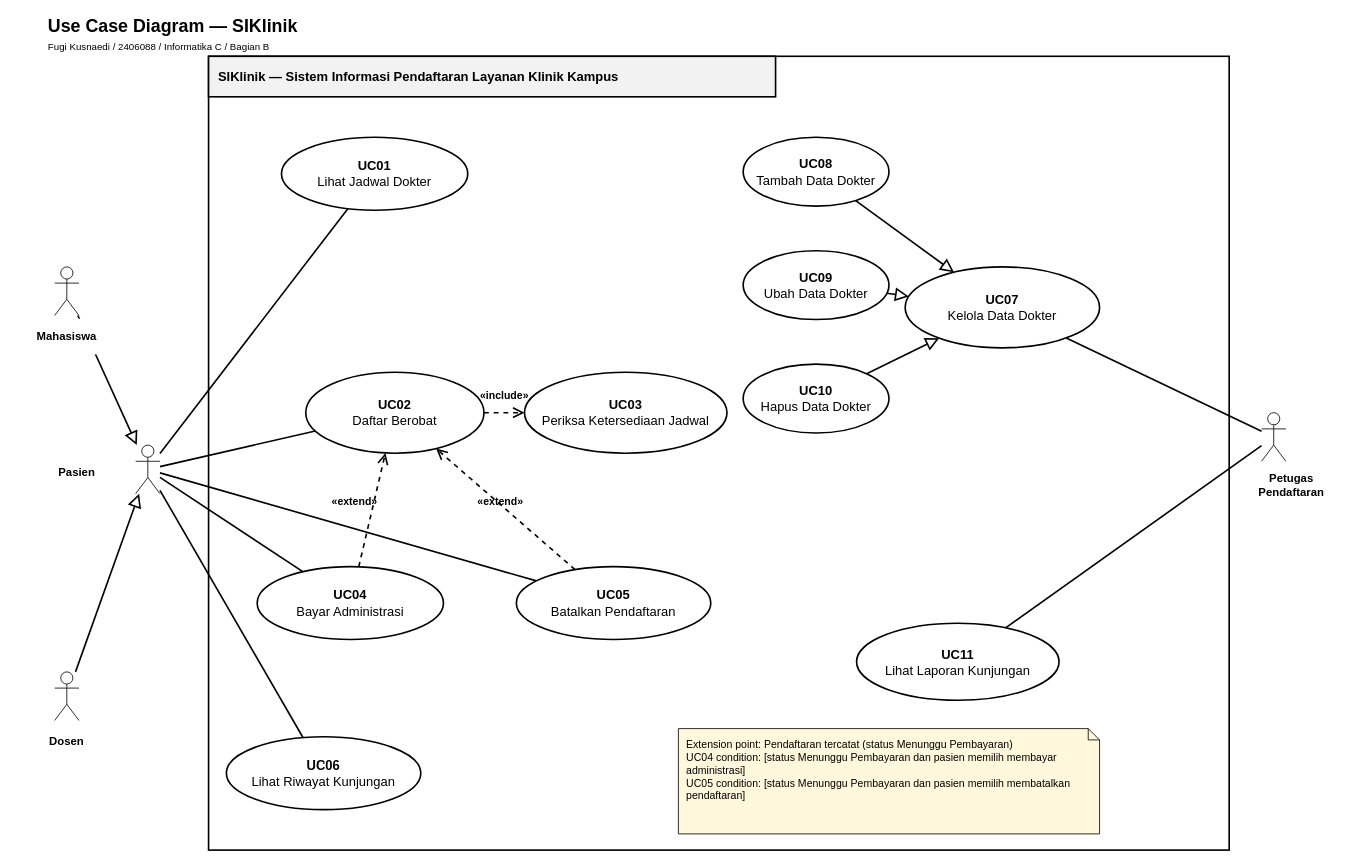
igufdev-bijak/UTS-Prak.ABDO-2406088-Informatika-C keeps this draw.io diagram as 01_usecase/UTS_2406088_B_usecase_v01.drawio. Above is the earlier version. Source tidied: cells renumbered, new cells numbered last; positions are measured from the earlier drawing's top-left corner, leaving out a move shared by most shapes. Both pictures are drawn from the tidied source at 81%, with x=0, y=0 at pixel (14, 14).
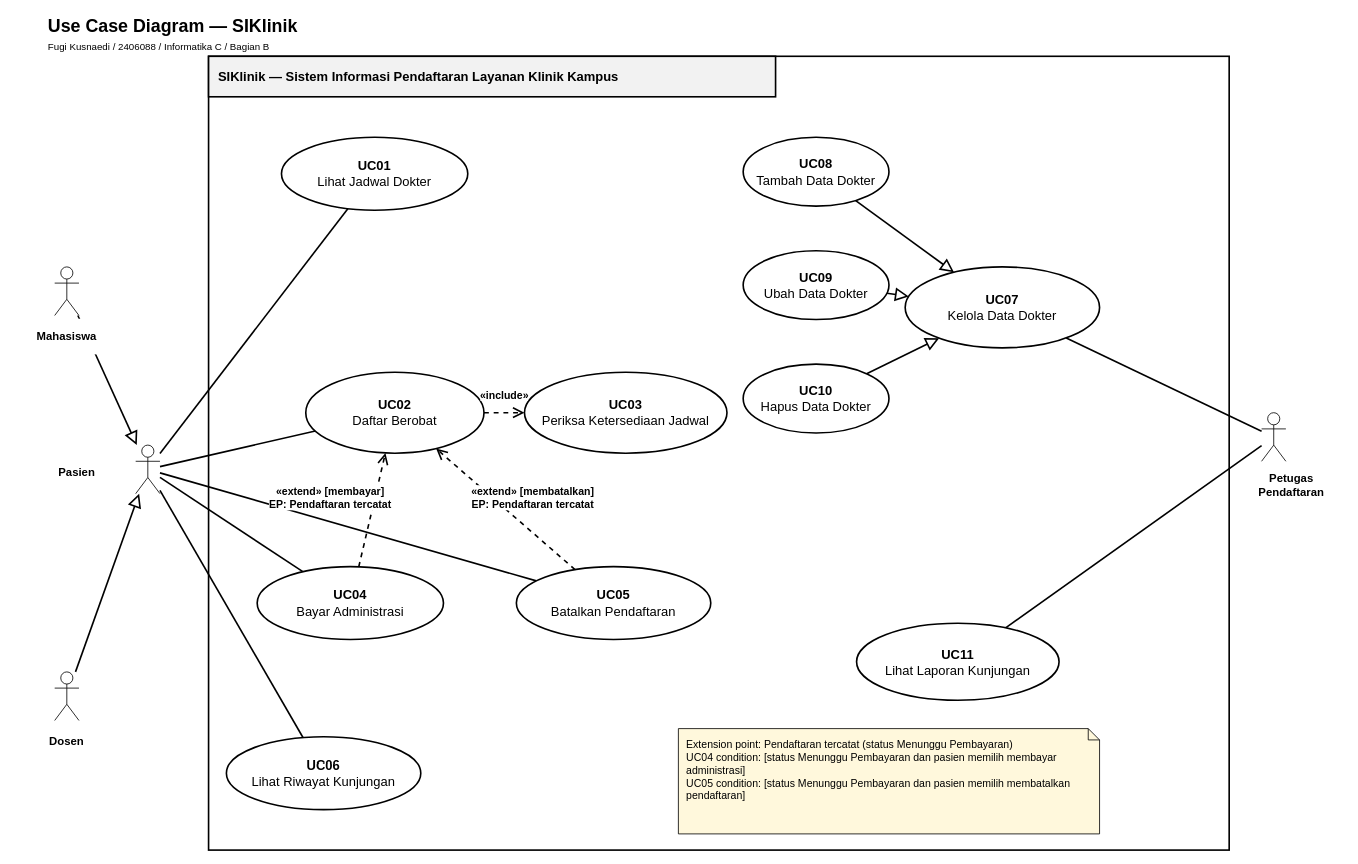
The same page after the edit.

Commit message (it also covers changes not shown here):
Rapikan callout extend, merge activity, dan checklist README

Change to the diagram source:
```diff
@@
-    <mxCell id="39" value="«include»" style="text;html=1;align=center;verticalAlign=middle;fontSize=13;fontStyle=1;strokeColor=none;fillColor=none;fontColor=#000000;" parent="1" vertex="1">
-      <mxGeometry x="550" y="458" width="110" height="24" as="geometry" />
+    <mxCell id="39" value="«include»" style="text;html=1;align=center;verticalAlign=middle;fontSize=13;fontStyle=1;strokeColor=none;fillColor=none;fontColor=#000000;labelBackgroundColor=#FFFFFF;" parent="1" vertex="1">
+      <mxGeometry x="545" y="458" width="120" height="24" as="geometry" />
     </mxCell>
-    <mxCell id="40" value="«extend»" style="text;html=1;align=center;verticalAlign=middle;fontSize=13;fontStyle=1;strokeColor=none;fillColor=none;fontColor=#000000;" parent="1" vertex="1">
-      <mxGeometry x="365" y="590" width="110" height="24" as="geometry" />
+    <mxCell id="40" value="«extend» [membayar]&lt;br&gt;EP: Pendaftaran tercatat" style="text;html=1;align=center;verticalAlign=middle;fontSize=13;fontStyle=1;strokeColor=none;fillColor=none;fontColor=#000000;labelBackgroundColor=#FFFFFF;" parent="1" vertex="1">
+      <mxGeometry x="287.5" y="574" width="205" height="46" as="geometry" />
     </mxCell>
-    <mxCell id="41" value="«extend»" style="text;html=1;align=center;verticalAlign=middle;fontSize=13;fontStyle=1;strokeColor=none;fillColor=none;fontColor=#000000;" parent="1" vertex="1">
-      <mxGeometry x="545" y="590" width="110" height="24" as="geometry" />
+    <mxCell id="41" value="«extend» [membatalkan]&lt;br&gt;EP: Pendaftaran tercatat" style="text;html=1;align=center;verticalAlign=middle;fontSize=13;fontStyle=1;strokeColor=none;fillColor=none;fontColor=#000000;labelBackgroundColor=#FFFFFF;" parent="1" vertex="1">
+      <mxGeometry x="537.5" y="574" width="205" height="46" as="geometry" />
     </mxCell>
```
